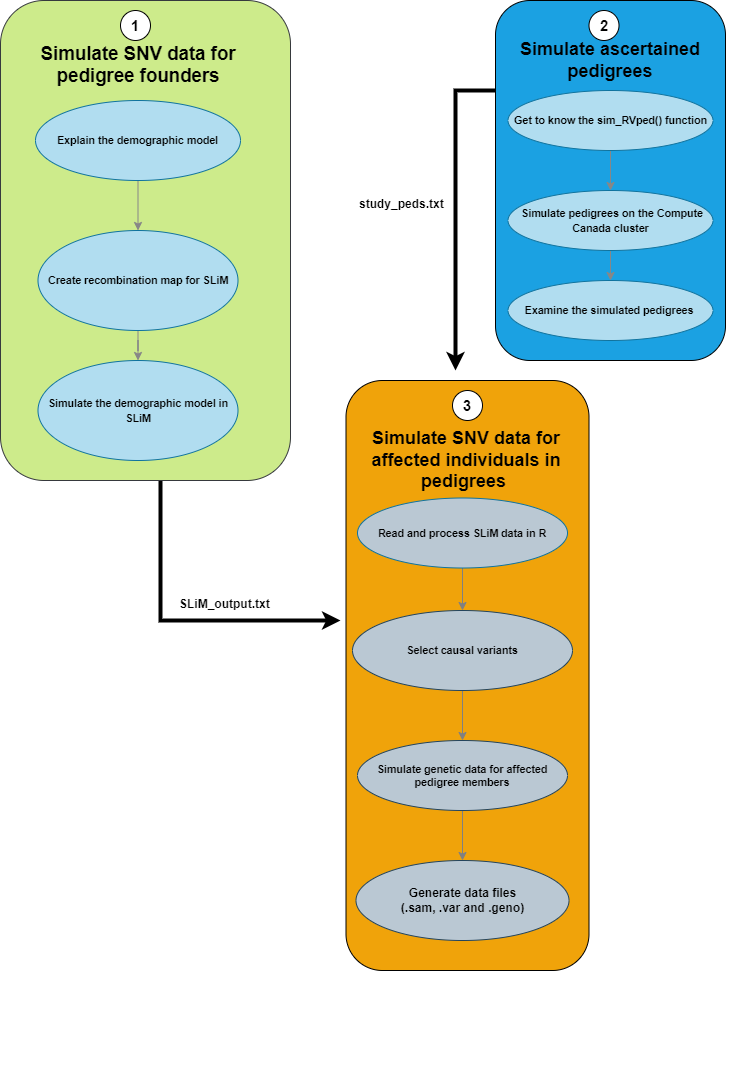
The draw.io diagram SLiM/Flow Chart.png in SFUStatgen/SeqFamStudy, before a commit. Source tidied: cells renumbered, new cells last; positions are measured from the earlier drawing's top-left corner, leaving out a move shared by most shapes.
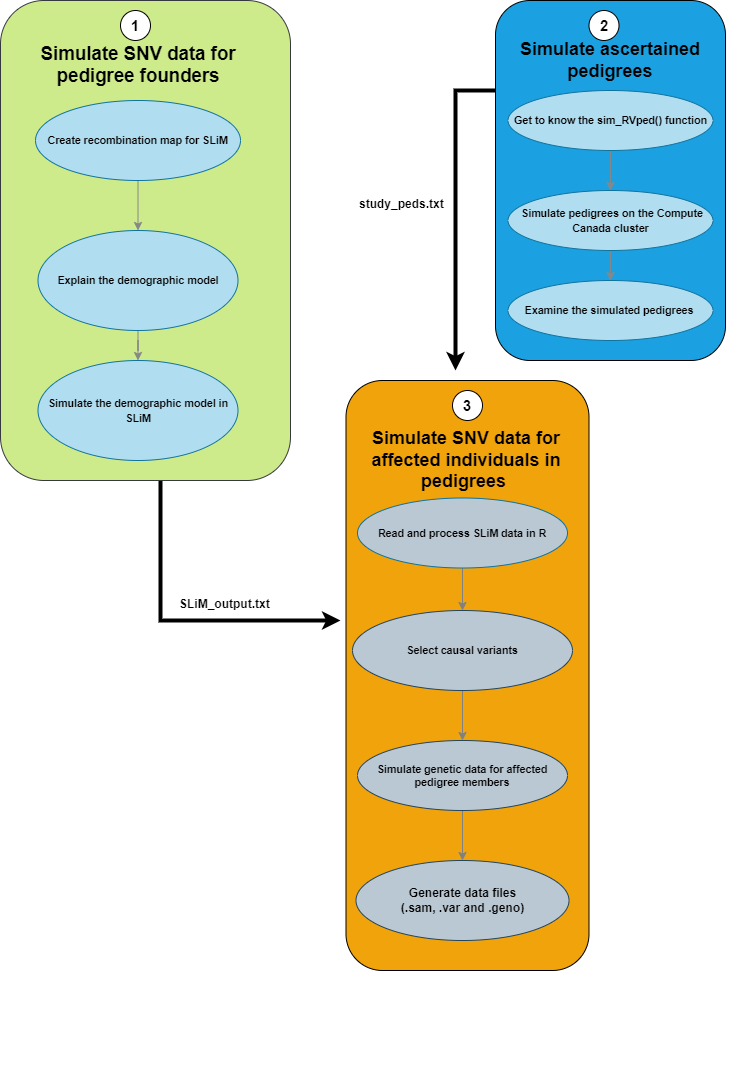
Above is the later version.

Commit message:
Add the flow chart

What changed in the source:
```diff
@@ -19,13 +19,13 @@
     <mxCell id="5" style="edgeStyle=orthogonalEdgeStyle;rounded=0;jettySize=auto;html=1;strokeColor=#878787;" parent="1" edge="1" source="6" target="18">
       <mxGeometry relative="1" as="geometry" />
     </mxCell>
-    <mxCell id="6" value="&lt;span id=&quot;docs-internal-guid-bc82a0bd-7fff-cec2-14e7-e71f87a1e16f&quot;&gt;&lt;span style=&quot;background-color: transparent ; vertical-align: baseline&quot;&gt;&lt;font face=&quot;arial&quot;&gt;&lt;span style=&quot;font-size: 10.6667px&quot;&gt;&lt;b&gt;Create recombination map for SLiM&lt;/b&gt;&lt;/span&gt;&lt;/font&gt;&lt;br&gt;&lt;/span&gt;&lt;/span&gt;" style="ellipse;whiteSpace=wrap;html=1;rounded=0;sketch=0;strokeColor=#10739e;fillColor=#b1ddf0;" parent="1" vertex="1">
+    <mxCell id="6" value="&lt;span id=&quot;docs-internal-guid-bc82a0bd-7fff-cec2-14e7-e71f87a1e16f&quot;&gt;&lt;span style=&quot;background-color: transparent ; vertical-align: baseline&quot;&gt;&lt;span id=&quot;docs-internal-guid-c6636461-7fff-0a89-edd0-ae317dbcf1ce&quot;&gt;&lt;span style=&quot;font-size: 8pt ; font-family: &amp;#34;arial&amp;#34; ; background-color: transparent ; font-weight: 700 ; vertical-align: baseline&quot;&gt;Explain the demographic model&lt;/span&gt;&lt;/span&gt;&lt;br&gt;&lt;/span&gt;&lt;/span&gt;" style="ellipse;whiteSpace=wrap;html=1;rounded=0;sketch=0;strokeColor=#10739e;fillColor=#b1ddf0;" parent="1" vertex="1">
       <mxGeometry x="37.5" y="230" width="200" height="100" as="geometry" />
     </mxCell>
     <mxCell id="7" style="edgeStyle=orthogonalEdgeStyle;rounded=0;jettySize=auto;html=1;strokeColor=#878787;" parent="1" edge="1" source="8" target="6">
       <mxGeometry relative="1" as="geometry" />
     </mxCell>
-    <mxCell id="8" value="&lt;b style=&quot;font-weight: normal&quot; id=&quot;docs-internal-guid-c6636461-7fff-0a89-edd0-ae317dbcf1ce&quot;&gt;&lt;span style=&quot;font-size: 8pt ; font-family: &amp;#34;arial&amp;#34; ; color: rgb(0 , 0 , 0) ; background-color: transparent ; font-weight: 700 ; font-style: normal ; font-variant: normal ; text-decoration: none ; vertical-align: baseline&quot;&gt;Explain the demographic model&lt;br&gt;&lt;/span&gt;&lt;/b&gt;" style="ellipse;whiteSpace=wrap;html=1;rounded=0;sketch=0;strokeColor=#10739e;fillColor=#b1ddf0;" parent="1" vertex="1">
+    <mxCell id="8" value="&lt;b style=&quot;font-weight: normal&quot; id=&quot;docs-internal-guid-c6636461-7fff-0a89-edd0-ae317dbcf1ce&quot;&gt;&lt;span style=&quot;font-size: 8pt ; font-family: &amp;#34;arial&amp;#34; ; color: rgb(0 , 0 , 0) ; background-color: transparent ; font-weight: 700 ; font-style: normal ; font-variant: normal ; text-decoration: none ; vertical-align: baseline&quot;&gt;&lt;b&gt;Create recombination map for SLiM&lt;/b&gt;&lt;br&gt;&lt;/span&gt;&lt;/b&gt;" style="ellipse;whiteSpace=wrap;html=1;rounded=0;sketch=0;strokeColor=#10739e;fillColor=#b1ddf0;" parent="1" vertex="1">
       <mxGeometry x="35" y="100" width="205" height="80" as="geometry" />
     </mxCell>
     <mxCell id="9" style="edgeStyle=orthogonalEdgeStyle;rounded=0;sketch=0;jettySize=auto;html=1;fontColor=#46495D;strokeColor=#000000;strokeWidth=4;fillColor=#B2C9AB;" parent="1" edge="1" source="10">
```
